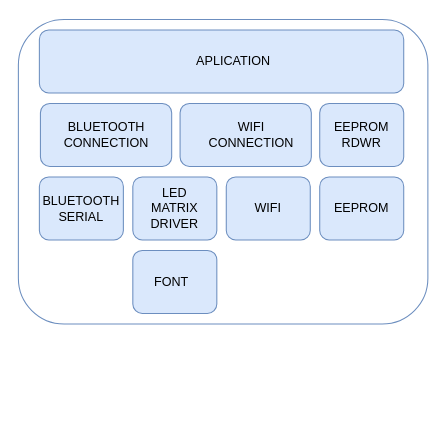
Above: DiagramaLogico.drawio in pcostatorres/PFC (draw.io), before the change. Source tidied: cells renumbered, new cells numbered last; positions are measured from the earlier drawing's top-left corner, leaving out a move shared by most shapes. Both pictures are drawn from the tidied source at 105%, with x=0, y=0 at pixel (18, 19).
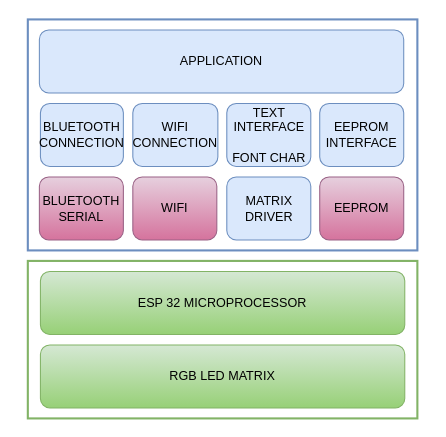
The same diagram, later.

Change to the diagram source:
```diff
@@
-    <mxCell id="2" style="rounded=1;whiteSpace=wrap;html=1;fillColor=#dae8fc;strokeColor=#6c8ebf;" parent="1" vertex="1">
+    <mxCell id="2" value="APPLICATION" style="rounded=1;whiteSpace=wrap;html=1;fillColor=#dae8fc;strokeColor=#6c8ebf;" parent="1" vertex="1">
       <mxGeometry x="20" y="10" width="347" height="60" as="geometry" />
     </mxCell>
-    <mxCell id="3" value="APLICATION" style="text;html=1;strokeColor=none;fillColor=none;align=center;verticalAlign=middle;whiteSpace=wrap;rounded=0;" parent="1" vertex="1">
-      <mxGeometry x="185" y="30" width="40" height="20" as="geometry" />
-    </mxCell>
-    <mxCell id="4" style="rounded=1;whiteSpace=wrap;html=1;fillColor=#dae8fc;strokeColor=#6c8ebf;" parent="1" vertex="1">
-      <mxGeometry x="21" y="80" width="125" height="60" as="geometry" />
+    <mxCell id="4" value="BLUETOOTH CONNECTION" style="rounded=1;whiteSpace=wrap;html=1;fillColor=#dae8fc;strokeColor=#6c8ebf;" parent="1" vertex="1">
+      <mxGeometry x="21" y="80" width="79" height="60" as="geometry" />
     </mxCell>
-    <mxCell id="5" style="rounded=1;whiteSpace=wrap;html=1;fillColor=#dae8fc;strokeColor=#6c8ebf;" parent="1" vertex="1">
-      <mxGeometry x="154" y="80" width="125" height="60" as="geometry" />
+    <mxCell id="5" value="WIFI CONNECTION" style="rounded=1;whiteSpace=wrap;html=1;fillColor=#dae8fc;strokeColor=#6c8ebf;" parent="1" vertex="1">
+      <mxGeometry x="109" y="80" width="81" height="60" as="geometry" />
     </mxCell>
@@
-    <mxCell id="7" style="rounded=1;whiteSpace=wrap;html=1;fillColor=#dae8fc;strokeColor=#6c8ebf;" parent="1" vertex="1">
+    <mxCell id="7" style="rounded=1;whiteSpace=wrap;html=1;fillColor=#e6d0de;strokeColor=#996185;gradientColor=#d5739d;" parent="1" vertex="1">
       <mxGeometry x="287" y="150" width="80" height="60" as="geometry" />
     </mxCell>
-    <mxCell id="8" style="rounded=1;whiteSpace=wrap;html=1;fillColor=#dae8fc;strokeColor=#6c8ebf;" parent="1" vertex="1">
+    <mxCell id="8" style="rounded=1;whiteSpace=wrap;html=1;fillColor=#e6d0de;strokeColor=#996185;gradientColor=#d5739d;" parent="1" vertex="1">
       <mxGeometry x="20" y="150" width="80" height="60" as="geometry" />
     </mxCell>
-    <mxCell id="9" style="rounded=1;whiteSpace=wrap;html=1;fillColor=#dae8fc;strokeColor=#6c8ebf;" parent="1" vertex="1">
-      <mxGeometry x="109" y="150" width="80" height="60" as="geometry" />
+    <mxCell id="9" value="MATRIX DRIVER" style="rounded=1;whiteSpace=wrap;html=1;fillColor=#dae8fc;strokeColor=#6c8ebf;" parent="1" vertex="1">
+      <mxGeometry x="198.5" y="150" width="80" height="60" as="geometry" />
     </mxCell>
-    <mxCell id="10" style="rounded=1;whiteSpace=wrap;html=1;fillColor=#dae8fc;strokeColor=#6c8ebf;" parent="1" vertex="1">
-      <mxGeometry x="198" y="150" width="80" height="60" as="geometry" />
+    <mxCell id="10" style="rounded=1;whiteSpace=wrap;html=1;fillColor=#e6d0de;strokeColor=#996185;gradientColor=#d5739d;" parent="1" vertex="1">
+      <mxGeometry x="109" y="150" width="80" height="60" as="geometry" />
     </mxCell>
-    <mxCell id="11" style="rounded=1;whiteSpace=wrap;html=1;fillColor=#dae8fc;strokeColor=#6c8ebf;" parent="1" vertex="1">
-      <mxGeometry x="109" y="220" width="80" height="60" as="geometry" />
-    </mxCell>
-    <mxCell id="12" value="BLUETOOTH CONNECTION" style="text;html=1;strokeColor=none;fillColor=none;align=center;verticalAlign=middle;whiteSpace=wrap;rounded=0;" parent="1" vertex="1">
-      <mxGeometry x="63.5" y="100" width="40" height="20" as="geometry" />
-    </mxCell>
-    <mxCell id="13" value="WIFI CONNECTION" style="text;html=1;strokeColor=none;fillColor=none;align=center;verticalAlign=middle;whiteSpace=wrap;rounded=0;" parent="1" vertex="1">
-      <mxGeometry x="202" y="100" width="40" height="20" as="geometry" />
-    </mxCell>
-    <mxCell id="14" value="EEPROM RDWR" style="text;html=1;strokeColor=none;fillColor=none;align=center;verticalAlign=middle;whiteSpace=wrap;rounded=0;" parent="1" vertex="1">
+    <mxCell id="14" value="EEPROM INTERFACE" style="text;html=1;strokeColor=none;fillColor=none;align=center;verticalAlign=middle;whiteSpace=wrap;rounded=0;" parent="1" vertex="1">
       <mxGeometry x="307" y="100" width="40" height="20" as="geometry" />
     </mxCell>
@@
-    <mxCell id="16" value="LED MATRIX DRIVER" style="text;html=1;strokeColor=none;fillColor=none;align=center;verticalAlign=middle;whiteSpace=wrap;rounded=0;" parent="1" vertex="1">
-      <mxGeometry x="129" y="170" width="40" height="20" as="geometry" />
-    </mxCell>
     <mxCell id="17" value="WIFI" style="text;html=1;strokeColor=none;fillColor=none;align=center;verticalAlign=middle;whiteSpace=wrap;rounded=0;" parent="1" vertex="1">
-      <mxGeometry x="218" y="170" width="40" height="20" as="geometry" />
+      <mxGeometry x="129" y="170" width="40" height="20" as="geometry" />
     </mxCell>
@@
-    <mxCell id="19" value="FONT" style="text;html=1;strokeColor=none;fillColor=none;align=center;verticalAlign=middle;whiteSpace=wrap;rounded=0;" parent="1" vertex="1">
-      <mxGeometry x="126" y="240" width="40" height="20" as="geometry" />
-    </mxCell>
-    <mxCell id="20" style="rounded=1;whiteSpace=wrap;html=1;gradientColor=#7ea6e0;glass=0;fillColor=none;strokeColor=#6c8ebf;" parent="1" vertex="1">
-      <mxGeometry width="390" height="290" as="geometry" />
-    </mxCell>
+    <mxCell id="21" value="TEXT INTERFACE&lt;br&gt;&lt;br&gt;FONT CHAR" style="rounded=1;whiteSpace=wrap;html=1;fillColor=#dae8fc;strokeColor=#6c8ebf;" parent="1" vertex="1">
+      <mxGeometry x="198.5" y="80" width="80" height="60" as="geometry" />
+    </mxCell>
+    <mxCell id="22" value="ESP 32 MICROPROCESSOR" style="rounded=1;whiteSpace=wrap;html=1;fillColor=#d5e8d4;strokeColor=#82b366;gradientColor=#97d077;" parent="1" vertex="1">
+      <mxGeometry x="21" y="240" width="347" height="60" as="geometry" />
+    </mxCell>
+    <mxCell id="23" value="RGB LED MATRIX" style="rounded=1;whiteSpace=wrap;html=1;fillColor=#d5e8d4;strokeColor=#82b366;gradientColor=#97d077;" parent="1" vertex="1">
+      <mxGeometry x="21" y="310" width="347" height="60" as="geometry" />
+    </mxCell>
+    <mxCell id="24" style="rounded=0;whiteSpace=wrap;html=1;glass=0;fillColor=none;gradientColor=#97d077;strokeColor=#82b366;strokeWidth=2;" parent="1" vertex="1">
+      <mxGeometry x="9" y="230" width="371" height="150" as="geometry" />
+    </mxCell>
+    <mxCell id="25" style="rounded=0;whiteSpace=wrap;html=1;glass=0;strokeWidth=2;fillColor=none;gradientColor=#7ea6e0;strokeColor=#6c8ebf;" parent="1" vertex="1">
+      <mxGeometry x="9" width="371" height="220" as="geometry" />
+    </mxCell>
```
